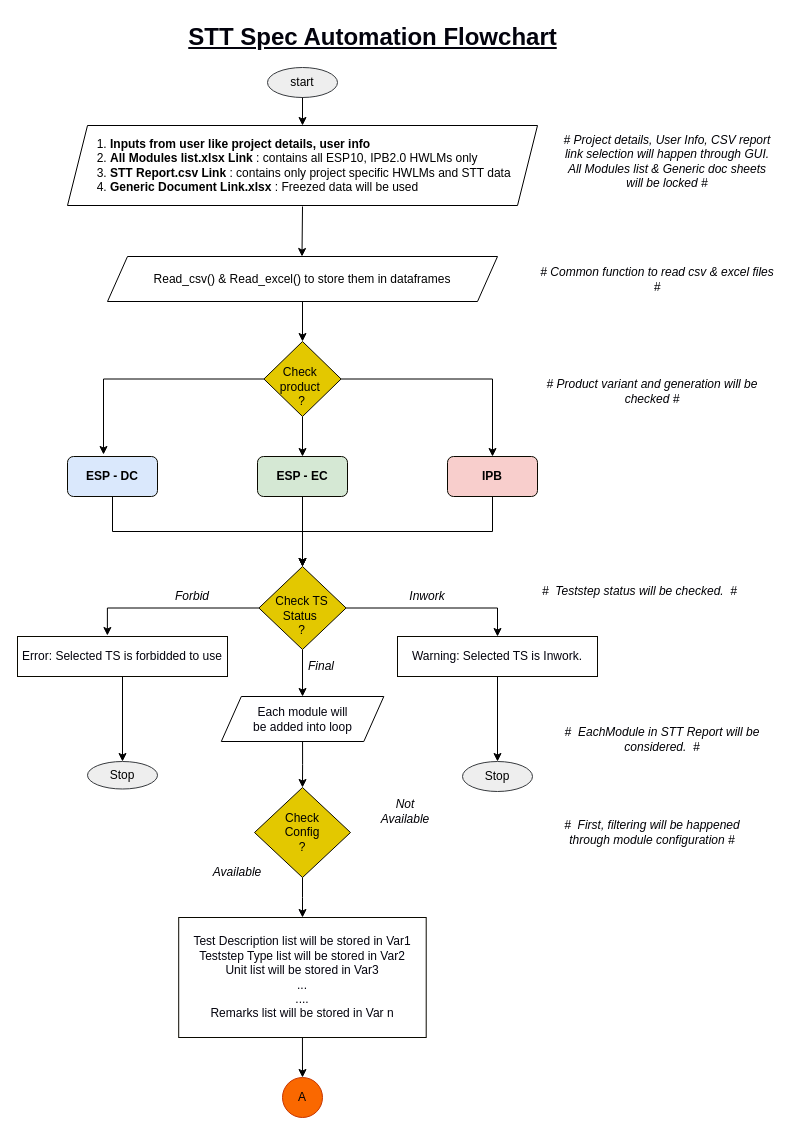
Manideep22/STT keeps this draw.io diagram as page "Page-1" (1 of 2) of Untitled Diagram.drawio. Above is the earlier version. Source tidied: cells renumbered, new cells numbered last; positions are measured from the earlier drawing's top-left corner, leaving out a move shared by most shapes. Both pictures are drawn from the tidied source at 100%, with x=0, y=0 at pixel (17, 17).
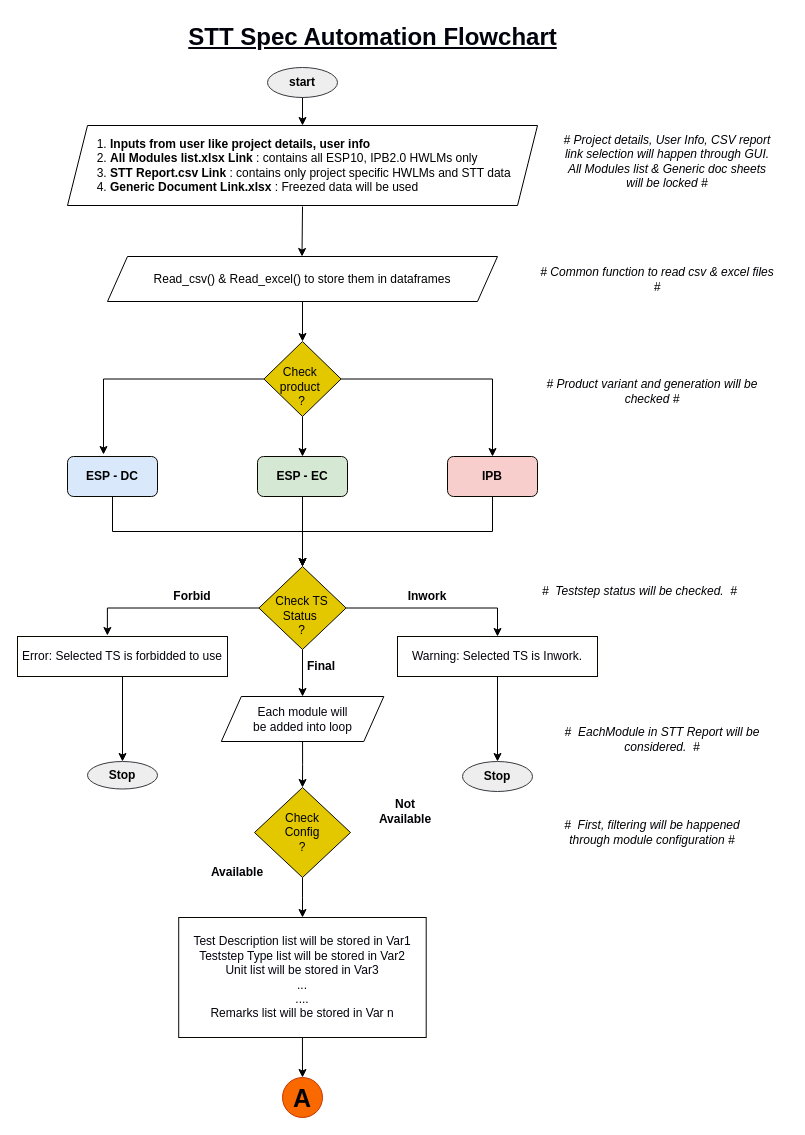
The same diagram, later.

Diff of the diagram source:
```diff
@@
-    <mxCell id="2" value="start" style="ellipse;whiteSpace=wrap;html=1;fillColor=#eeeeee;strokeColor=#36393d;" parent="1" vertex="1">
+    <mxCell id="2" value="start" style="ellipse;whiteSpace=wrap;html=1;fillColor=#eeeeee;strokeColor=#36393d;fontStyle=1;" parent="1" vertex="1">
       <mxGeometry x="250" y="50" width="70" height="30" as="geometry" />
     </mxCell>
@@
-    <mxCell id="27" value="Available" style="text;html=1;strokeColor=none;fillColor=none;align=center;verticalAlign=middle;whiteSpace=wrap;rounded=0;fontColor=#000005;fontStyle=2;" parent="1" vertex="1">
+    <mxCell id="27" value="Available" style="text;html=1;strokeColor=none;fillColor=none;align=center;verticalAlign=middle;whiteSpace=wrap;rounded=0;fontColor=#000005;fontStyle=1;" parent="1" vertex="1">
       <mxGeometry x="190" y="850" width="60" height="10" as="geometry" />
     </mxCell>
-    <mxCell id="28" value="Not Available" style="text;html=1;strokeColor=none;fillColor=none;align=center;verticalAlign=middle;whiteSpace=wrap;rounded=0;fontColor=#000005;fontStyle=2;" parent="1" vertex="1">
+    <mxCell id="28" value="Not Available" style="text;html=1;strokeColor=none;fillColor=none;align=center;verticalAlign=middle;whiteSpace=wrap;rounded=0;fontColor=#000005;fontStyle=1;" parent="1" vertex="1">
       <mxGeometry x="362.5" y="774" width="50" height="40" as="geometry" />
     </mxCell>
@@
-    <mxCell id="37" value="Forbid" style="text;html=1;strokeColor=none;fillColor=none;align=center;verticalAlign=middle;whiteSpace=wrap;rounded=0;fontColor=#000005;fontStyle=2;" parent="1" vertex="1">
+    <mxCell id="37" value="Forbid" style="text;html=1;strokeColor=none;fillColor=none;align=center;verticalAlign=middle;whiteSpace=wrap;rounded=0;fontColor=#000005;fontStyle=1;" parent="1" vertex="1">
       <mxGeometry x="150" y="559" width="50" height="40" as="geometry" />
     </mxCell>
@@
-    <mxCell id="40" value="Inwork" style="text;html=1;strokeColor=none;fillColor=none;align=center;verticalAlign=middle;whiteSpace=wrap;rounded=0;fontColor=#000005;fontStyle=2;" parent="1" vertex="1">
+    <mxCell id="40" value="Inwork" style="text;html=1;strokeColor=none;fillColor=none;align=center;verticalAlign=middle;whiteSpace=wrap;rounded=0;fontColor=#000005;fontStyle=1;" parent="1" vertex="1">
       <mxGeometry x="390" y="569" width="40" height="20" as="geometry" />
     </mxCell>
-    <mxCell id="41" value="Stop" style="ellipse;whiteSpace=wrap;html=1;fillColor=#eeeeee;strokeColor=#36393d;" parent="1" vertex="1">
+    <mxCell id="41" value="Stop" style="ellipse;whiteSpace=wrap;html=1;fillColor=#eeeeee;strokeColor=#36393d;fontStyle=1;" parent="1" vertex="1">
       <mxGeometry x="445" y="744" width="70" height="30" as="geometry" />
     </mxCell>
-    <mxCell id="42" value="Final" style="text;html=1;strokeColor=none;fillColor=none;align=center;verticalAlign=middle;whiteSpace=wrap;rounded=0;fontColor=#000005;fontStyle=2;" parent="1" vertex="1">
+    <mxCell id="42" value="Final" style="text;html=1;strokeColor=none;fillColor=none;align=center;verticalAlign=middle;whiteSpace=wrap;rounded=0;fontColor=#000005;fontStyle=1;" parent="1" vertex="1">
       <mxGeometry x="283.6" y="639" width="40" height="20" as="geometry" />
     </mxCell>
-    <mxCell id="43" value="Stop" style="ellipse;whiteSpace=wrap;html=1;fillColor=#eeeeee;strokeColor=#36393d;" parent="1" vertex="1">
+    <mxCell id="43" value="Stop" style="ellipse;whiteSpace=wrap;html=1;fillColor=#eeeeee;strokeColor=#36393d;fontStyle=1;" parent="1" vertex="1">
       <mxGeometry x="70" y="744" width="70" height="27.5" as="geometry" />
     </mxCell>
@@
-    <mxCell id="45" value="A" style="ellipse;whiteSpace=wrap;html=1;labelBackgroundColor=none;fontColor=#000000;strokeColor=#C73500;fillColor=#fa6800;" parent="1" vertex="1">
+    <mxCell id="45" value="A" style="ellipse;whiteSpace=wrap;html=1;labelBackgroundColor=none;fontColor=#000000;strokeColor=#C73500;fillColor=#fa6800;fontStyle=1;fontSize=25;" parent="1" vertex="1">
       <mxGeometry x="265" y="1060" width="40" height="40" as="geometry" />
     </mxCell>
```
